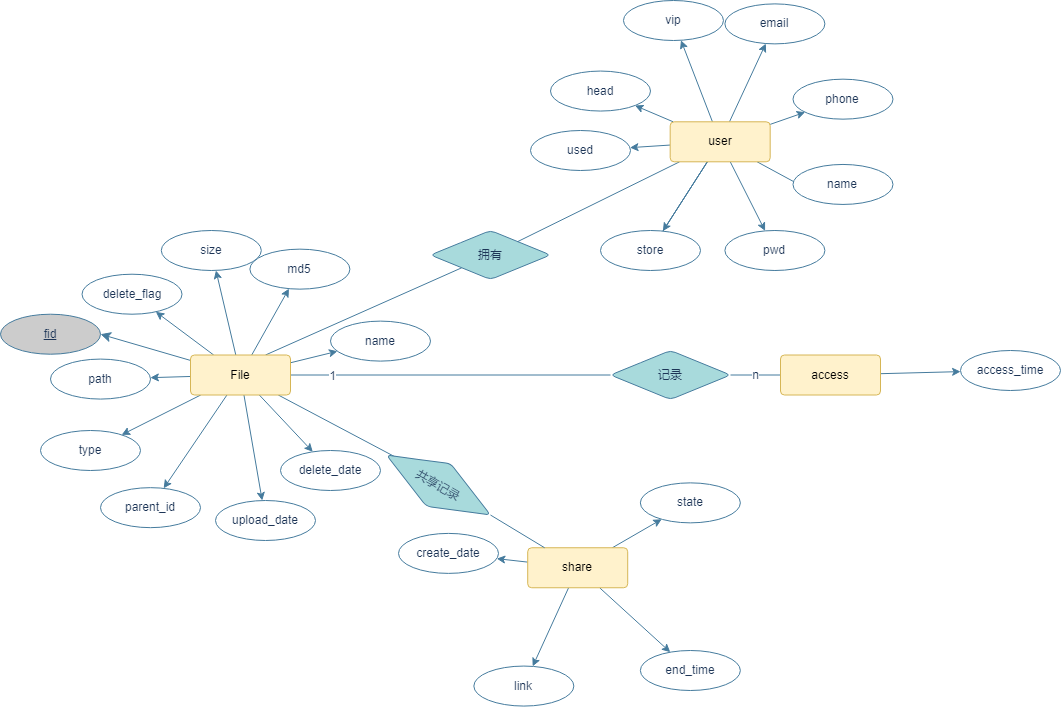
This is CWZN/数据库E-R图.drawio.png from FEDuang/pictures, a draw.io export, as it was before one commit. Source tidied: cells renumbered, new cells last; positions are measured from the earlier drawing's top-left corner, leaving out a move shared by most shapes.
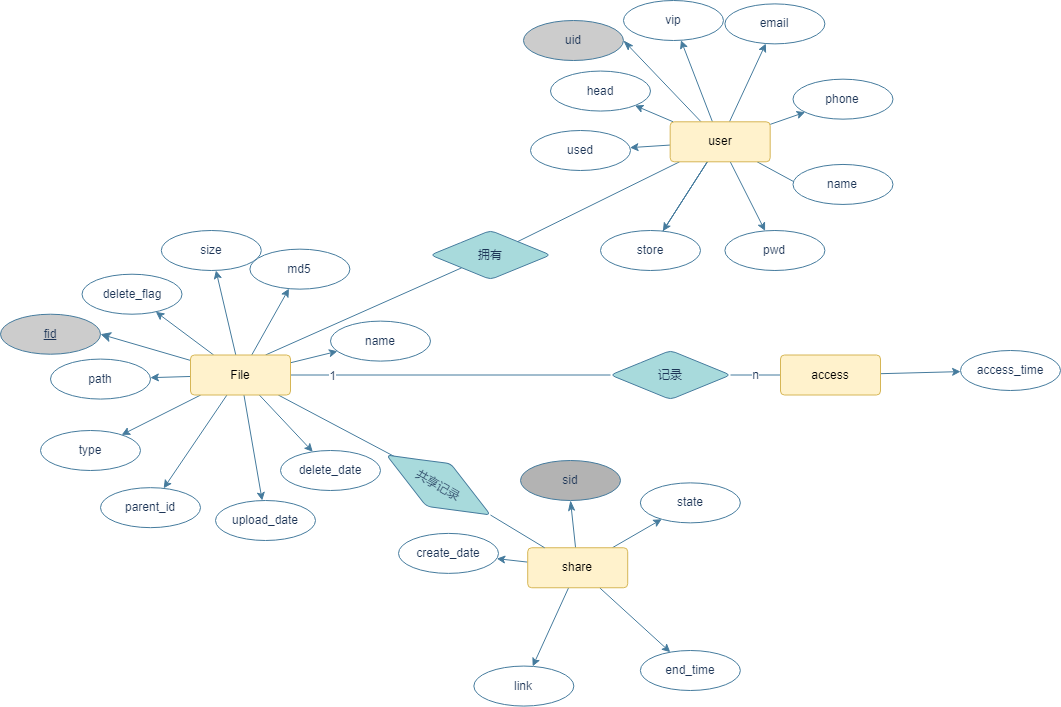
The same file after the commit.

Commit message:
更新数据库E-R图.drawio.png

Change to the diagram source:
```diff
@@ -14,6 +14,9 @@
     <mxCell id="5" style="edgeStyle=none;rounded=1;sketch=0;jettySize=auto;html=1;fontColor=#1D3557;strokeColor=#457B9D;fillColor=#A8DADC;noEdgeStyle=1;" parent="1" edge="1" source="6" target="10">
       <mxGeometry relative="1" as="geometry" />
     </mxCell>
+    <mxCell id="67" style="edgeStyle=none;rounded=0;jettySize=auto;html=1;entryX=0.5;entryY=1;entryDx=0;entryDy=0;fontSize=12;endArrow=classicThin;endFill=1;endSize=8;strokeColor=#457B9D;strokeWidth=1;" parent="1" edge="1" source="6" target="68">
+      <mxGeometry relative="1" as="geometry" />
+    </mxCell>
     <mxCell id="6" value="share" style="rounded=1;arcSize=10;whiteSpace=wrap;html=1;align=center;fillColor=#fff2cc;strokeColor=#d6b656;" parent="1" vertex="1">
       <mxGeometry x="527.2" y="547.2" width="100" height="40" as="geometry" />
     </mxCell>
@@ -53,6 +56,9 @@
     <mxCell id="18" value="共享记录" style="rhombus;whiteSpace=wrap;html=1;fillColor=#A8DADC;strokeColor=#457B9D;fontColor=#1D3557;rounded=1;arcSize=10;rotation=30;" parent="1" vertex="1">
       <mxGeometry x="378" y="460" width="120" height="49" as="geometry" />
     </mxCell>
+    <mxCell id="68" value="sid" style="ellipse;whiteSpace=wrap;html=1;align=center;rounded=0;sketch=0;fontColor=#1D3557;strokeColor=#457B9D;fillColor=#B3B3B3;" parent="1" vertex="1">
+      <mxGeometry x="520" y="460" width="100" height="40" as="geometry" />
+    </mxCell>
     <mxCell id="19" value="file" parent="0" />
     <mxCell id="20" value="name" style="ellipse;whiteSpace=wrap;html=1;align=center;rounded=0;sketch=0;fontColor=#1D3557;strokeColor=#457B9D;fillColor=#FFFFFF;" parent="19" vertex="1">
       <mxGeometry x="330" y="320.6" width="100" height="40" as="geometry" />
@@ -151,6 +157,9 @@
     <mxCell id="52" style="edgeStyle=none;rounded=1;sketch=0;jettySize=auto;html=1;fontColor=#1D3557;endArrow=none;endFill=0;strokeColor=#457B9D;fillColor=#A8DADC;" parent="41" edge="1" source="53" target="15">
       <mxGeometry relative="1" as="geometry" />
     </mxCell>
+    <mxCell id="69" style="edgeStyle=none;rounded=0;jettySize=auto;html=1;entryX=1;entryY=0.5;entryDx=0;entryDy=0;fontSize=12;endArrow=classicThin;endFill=1;endSize=8;strokeColor=#457B9D;strokeWidth=1;" parent="41" edge="1" source="53" target="70">
+      <mxGeometry relative="1" as="geometry" />
+    </mxCell>
     <mxCell id="53" value="user" style="rounded=1;arcSize=10;whiteSpace=wrap;html=1;align=center;fillColor=#fff2cc;strokeColor=#d6b656;" parent="41" vertex="1">
       <mxGeometry x="669.7" y="121.3" width="100" height="40" as="geometry" />
     </mxCell>
@@ -178,6 +187,9 @@
     <mxCell id="61" value="email" style="ellipse;whiteSpace=wrap;html=1;align=center;rounded=0;sketch=0;fontColor=#1D3557;strokeColor=#457B9D;fillColor=#FFFFFF;" parent="41" vertex="1">
       <mxGeometry x="724.4" y="3.4" width="100" height="40" as="geometry" />
     </mxCell>
+    <mxCell id="70" value="uid" style="ellipse;whiteSpace=wrap;html=1;align=center;rounded=0;sketch=0;fontColor=#1D3557;strokeColor=#457B9D;fillColor=#CCCCCC;" parent="41" vertex="1">
+      <mxGeometry x="523" y="20" width="100" height="40" as="geometry" />
+    </mxCell>
     <mxCell id="62" value="access" parent="0" />
     <mxCell id="63" style="edgeStyle=none;rounded=1;sketch=0;jettySize=auto;html=1;fontColor=#1D3557;strokeColor=#457B9D;fillColor=#A8DADC;" parent="62" edge="1" source="65" target="66">
       <mxGeometry relative="1" as="geometry" />
```
